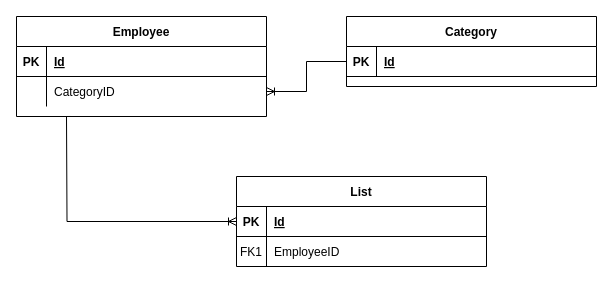
Above: Diagrama sin título.drawio in Guitarra2428/DBADiagram (draw.io), before the change. Source tidied: cells renumbered, new cells numbered last; positions are measured from the earlier drawing's top-left corner, leaving out a move shared by most shapes. Both pictures are drawn from the tidied source at 100%, with x=0, y=0 at pixel (16, 16).
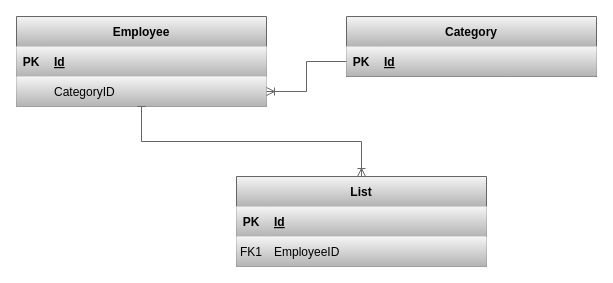
Above is the later version.

Commit message:
Actualizar Diagrama

What changed in the source:
```diff
@@
-    <mxCell id="2" value="Category" style="shape=table;startSize=30;childLayout=tableLayout;rowLines=0;fontStyle=1;align=center;" parent="1" vertex="1">
-      <mxGeometry x="330" width="250" height="70" as="geometry" />
+    <mxCell id="2" value="Category" style="shape=table;startSize=30;childLayout=tableLayout;rowLines=0;fontStyle=1;align=center;fillColor=#f5f5f5;strokeColor=#666666;gradientColor=#b3b3b3;rounded=0;" parent="1" vertex="1">
+      <mxGeometry x="330" width="250" height="60" as="geometry" />
     </mxCell>
-    <mxCell id="3" style="shape=partialRectangle;fillColor=none;points=[[0,0.5],[1,0.5]];portConstraint=eastwest;top=0;left=0;right=0;bottom=1;" parent="2" vertex="1">
+    <mxCell id="3" style="shape=partialRectangle;fillColor=#f5f5f5;points=[[0,0.5],[1,0.5]];portConstraint=eastwest;top=0;left=0;right=0;bottom=1;strokeColor=#666666;gradientColor=#b3b3b3;rounded=0;" parent="2" vertex="1">
       <mxGeometry y="30" width="250" height="30" as="geometry" />
     </mxCell>
-    <mxCell id="4" value="PK" style="shape=partialRectangle;overflow=hidden;fillColor=none;top=0;left=0;bottom=0;right=0;fontStyle=1;" parent="3" vertex="1">
+    <mxCell id="4" value="PK" style="shape=partialRectangle;overflow=hidden;fillColor=#f5f5f5;top=0;left=0;bottom=0;right=0;fontStyle=1;strokeColor=#666666;gradientColor=#b3b3b3;rounded=0;" parent="3" vertex="1">
       <mxGeometry width="30" height="30" as="geometry" />
     </mxCell>
-    <mxCell id="5" value="Id" style="shape=partialRectangle;overflow=hidden;fillColor=none;top=0;left=0;bottom=0;right=0;align=left;spacingLeft=6;fontStyle=5;" parent="3" vertex="1">
+    <mxCell id="5" value="Id" style="shape=partialRectangle;overflow=hidden;fillColor=#f5f5f5;top=0;left=0;bottom=0;right=0;align=left;spacingLeft=6;fontStyle=5;strokeColor=#666666;gradientColor=#b3b3b3;rounded=0;" parent="3" vertex="1">
       <mxGeometry x="30" width="220" height="30" as="geometry" />
     </mxCell>
-    <mxCell id="6" value="Employee" style="shape=table;startSize=30;childLayout=tableLayout;rowLines=0;fontStyle=1;align=center;" parent="1" vertex="1">
-      <mxGeometry width="250" height="100" as="geometry" />
+    <mxCell id="6" value="Employee" style="shape=table;startSize=30;childLayout=tableLayout;rowLines=0;fontStyle=1;align=center;fillColor=#f5f5f5;strokeColor=#666666;gradientColor=#b3b3b3;rounded=0;" parent="1" vertex="1">
+      <mxGeometry width="250" height="90" as="geometry" />
     </mxCell>
-    <mxCell id="7" style="shape=partialRectangle;fillColor=none;top=0;left=0;right=0;bottom=1;" parent="6" vertex="1">
+    <mxCell id="7" style="shape=partialRectangle;fillColor=#f5f5f5;top=0;left=0;right=0;bottom=1;strokeColor=#666666;gradientColor=#b3b3b3;rounded=0;" parent="6" vertex="1">
       <mxGeometry y="30" width="250" height="30" as="geometry" />
     </mxCell>
-    <mxCell id="8" value="PK" style="shape=partialRectangle;overflow=hidden;fillColor=none;top=0;left=0;bottom=0;right=0;fontStyle=1;" parent="7" vertex="1">
+    <mxCell id="8" value="PK" style="shape=partialRectangle;overflow=hidden;fillColor=#f5f5f5;top=0;left=0;bottom=0;right=0;fontStyle=1;strokeColor=#666666;gradientColor=#b3b3b3;rounded=0;" parent="7" vertex="1">
       <mxGeometry width="30" height="30" as="geometry" />
     </mxCell>
-    <mxCell id="9" value="Id" style="shape=partialRectangle;overflow=hidden;fillColor=none;top=0;left=0;bottom=0;right=0;align=left;spacingLeft=6;fontStyle=5;" parent="7" vertex="1">
+    <mxCell id="9" value="Id" style="shape=partialRectangle;overflow=hidden;fillColor=#f5f5f5;top=0;left=0;bottom=0;right=0;align=left;spacingLeft=6;fontStyle=5;strokeColor=#666666;gradientColor=#b3b3b3;rounded=0;" parent="7" vertex="1">
       <mxGeometry x="30" width="220" height="30" as="geometry" />
     </mxCell>
-    <mxCell id="10" style="shape=partialRectangle;fillColor=none;points=[[0,0.5],[1,0.5]];portConstraint=eastwest;top=0;left=0;right=0;bottom=0;" parent="6" vertex="1">
+    <mxCell id="10" style="shape=partialRectangle;fillColor=#f5f5f5;points=[[0,0.5],[1,0.5]];portConstraint=eastwest;top=0;left=0;right=0;bottom=0;strokeColor=#666666;gradientColor=#b3b3b3;rounded=0;" parent="6" vertex="1">
       <mxGeometry y="60" width="250" height="30" as="geometry" />
     </mxCell>
-    <mxCell id="11" style="shape=partialRectangle;overflow=hidden;fillColor=none;top=0;left=0;bottom=0;right=0;" parent="10" vertex="1">
+    <mxCell id="11" style="shape=partialRectangle;overflow=hidden;fillColor=#f5f5f5;top=0;left=0;bottom=0;right=0;strokeColor=#666666;gradientColor=#b3b3b3;rounded=0;" parent="10" vertex="1">
       <mxGeometry width="30" height="30" as="geometry" />
     </mxCell>
-    <mxCell id="12" value="CategoryID" style="shape=partialRectangle;overflow=hidden;fillColor=none;top=0;left=0;bottom=0;right=0;align=left;spacingLeft=6;" parent="10" vertex="1">
+    <mxCell id="12" value="CategoryID" style="shape=partialRectangle;overflow=hidden;fillColor=#f5f5f5;top=0;left=0;bottom=0;right=0;align=left;spacingLeft=6;strokeColor=#666666;gradientColor=#b3b3b3;rounded=0;" parent="10" vertex="1">
       <mxGeometry x="30" width="220" height="30" as="geometry" />
     </mxCell>
-    <mxCell id="13" style="edgeStyle=orthogonalEdgeStyle;rounded=0;jettySize=auto;html=1;endArrow=ERoneToMany;endFill=0;" parent="1" edge="1" source="3" target="10">
+    <mxCell id="13" style="edgeStyle=orthogonalEdgeStyle;rounded=0;jettySize=auto;html=1;endArrow=ERoneToMany;endFill=0;fillColor=#f5f5f5;strokeColor=#666666;gradientColor=#b3b3b3;" parent="1" edge="1" source="3" target="10">
       <mxGeometry relative="1" as="geometry" />
     </mxCell>
-    <mxCell id="14" style="edgeStyle=orthogonalEdgeStyle;rounded=0;jettySize=auto;html=1;endArrow=baseDash;endFill=0;startArrow=ERoneToMany;startFill=0;" parent="1" edge="1" source="15">
-      <mxGeometry relative="1" as="geometry">
-        <mxPoint x="50" y="100" as="targetPoint" />
-      </mxGeometry>
+    <mxCell id="14" style="edgeStyle=orthogonalEdgeStyle;rounded=0;jettySize=auto;html=1;endArrow=baseDash;endFill=0;startArrow=ERoneToMany;startFill=0;fillColor=#f5f5f5;strokeColor=#666666;gradientColor=#b3b3b3;entryX=0.5;entryY=1;entryDx=0;entryDy=0;" parent="1" edge="1" source="15" target="6">
+      <mxGeometry relative="1" as="geometry" />
     </mxCell>
-    <mxCell id="15" value="List" style="shape=table;startSize=30;childLayout=tableLayout;rowLines=0;fontStyle=1;align=center;" parent="1" vertex="1">
+    <mxCell id="15" value="List" style="shape=table;startSize=30;childLayout=tableLayout;rowLines=0;fontStyle=1;align=center;fillColor=#f5f5f5;strokeColor=#666666;gradientColor=#b3b3b3;rounded=0;" parent="1" vertex="1">
       <mxGeometry x="220" y="160" width="250" height="90" as="geometry" />
     </mxCell>
-    <mxCell id="16" style="shape=partialRectangle;fillColor=none;top=0;left=0;right=0;bottom=1;" parent="15" vertex="1">
+    <mxCell id="16" style="shape=partialRectangle;fillColor=#f5f5f5;top=0;left=0;right=0;bottom=1;strokeColor=#666666;gradientColor=#b3b3b3;rounded=0;" parent="15" vertex="1">
       <mxGeometry y="30" width="250" height="30" as="geometry" />
     </mxCell>
-    <mxCell id="17" value="PK" style="shape=partialRectangle;overflow=hidden;fillColor=none;top=0;left=0;bottom=0;right=0;fontStyle=1;" parent="16" vertex="1">
+    <mxCell id="17" value="PK" style="shape=partialRectangle;overflow=hidden;fillColor=#f5f5f5;top=0;left=0;bottom=0;right=0;fontStyle=1;strokeColor=#666666;gradientColor=#b3b3b3;rounded=0;" parent="16" vertex="1">
       <mxGeometry width="30" height="30" as="geometry" />
     </mxCell>
-    <mxCell id="18" value="Id" style="shape=partialRectangle;overflow=hidden;fillColor=none;top=0;left=0;bottom=0;right=0;align=left;spacingLeft=6;fontStyle=5;" parent="16" vertex="1">
+    <mxCell id="18" value="Id" style="shape=partialRectangle;overflow=hidden;fillColor=#f5f5f5;top=0;left=0;bottom=0;right=0;align=left;spacingLeft=6;fontStyle=5;strokeColor=#666666;gradientColor=#b3b3b3;rounded=0;" parent="16" vertex="1">
       <mxGeometry x="30" width="220" height="30" as="geometry" />
     </mxCell>
-    <mxCell id="19" style="shape=partialRectangle;fillColor=none;top=0;left=0;right=0;bottom=0;" parent="15" vertex="1">
+    <mxCell id="19" style="shape=partialRectangle;fillColor=#f5f5f5;top=0;left=0;right=0;bottom=0;strokeColor=#666666;gradientColor=#b3b3b3;rounded=0;" parent="15" vertex="1">
       <mxGeometry y="60" width="250" height="30" as="geometry" />
     </mxCell>
-    <mxCell id="20" value="FK1" style="shape=partialRectangle;overflow=hidden;fillColor=none;top=0;left=0;bottom=0;right=0;" parent="19" vertex="1">
+    <mxCell id="20" value="FK1" style="shape=partialRectangle;overflow=hidden;fillColor=#f5f5f5;top=0;left=0;bottom=0;right=0;strokeColor=#666666;gradientColor=#b3b3b3;rounded=0;" parent="19" vertex="1">
       <mxGeometry width="30" height="30" as="geometry" />
     </mxCell>
-    <mxCell id="21" value="EmployeeID" style="shape=partialRectangle;overflow=hidden;fillColor=none;top=0;left=0;bottom=0;right=0;align=left;spacingLeft=6;" parent="19" vertex="1">
+    <mxCell id="21" value="EmployeeID" style="shape=partialRectangle;overflow=hidden;fillColor=#f5f5f5;top=0;left=0;bottom=0;right=0;align=left;spacingLeft=6;strokeColor=#666666;gradientColor=#b3b3b3;rounded=0;" parent="19" vertex="1">
       <mxGeometry x="30" width="220" height="30" as="geometry" />
     </mxCell>
```
